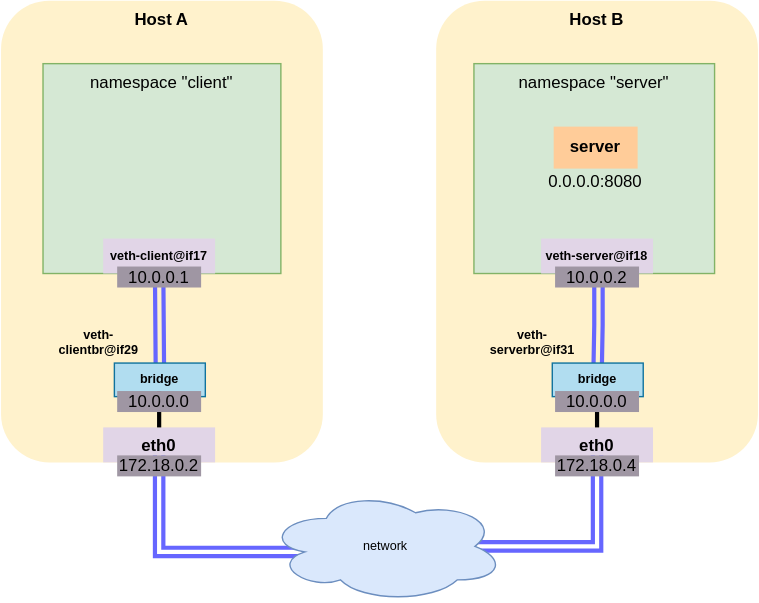
The draw.io diagram assets/img/k8s-networking/pods-diffhosts.svg in llorllale/llorllale.github.io, before a commit. Source tidied: cells renumbered, new cells last; positions are measured from the earlier drawing's top-left corner, leaving out a move shared by most shapes.
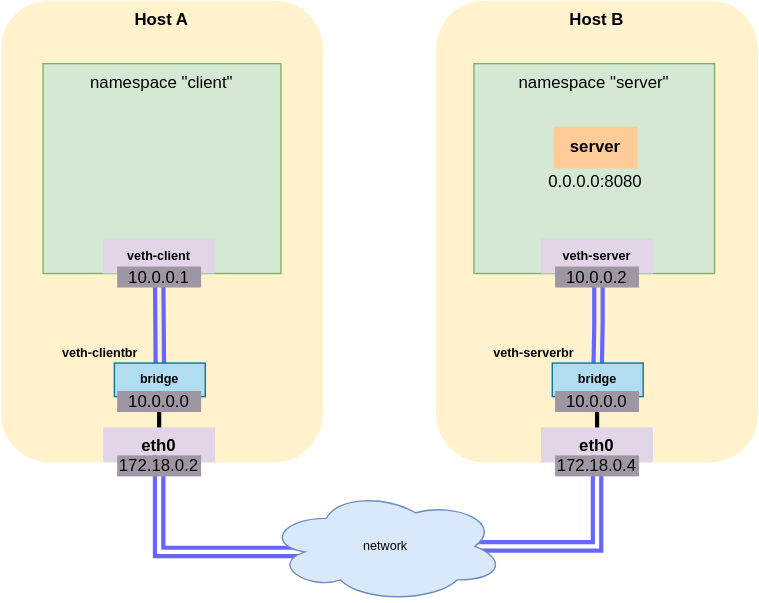
After the commit.

What changed in the source:
```diff
@@ -11,7 +11,7 @@
     <mxCell id="4" value="namespace &quot;client&quot;" style="rounded=0;whiteSpace=wrap;html=1;verticalAlign=top;fillColor=#d5e8d4;strokeColor=#82b366;" parent="1" vertex="1">
       <mxGeometry x="30" y="45" width="170" height="150" as="geometry" />
     </mxCell>
-    <mxCell id="5" value="veth-client@if17" style="rounded=0;whiteSpace=wrap;html=1;fontStyle=1;fillColor=#e1d5e7;strokeColor=none;fontSize=9;" parent="1" vertex="1">
+    <mxCell id="5" value="veth-client" style="rounded=0;whiteSpace=wrap;html=1;fontStyle=1;fillColor=#e1d5e7;strokeColor=none;fontSize=9;" parent="1" vertex="1">
       <mxGeometry x="73" y="170" width="80" height="25" as="geometry" />
     </mxCell>
     <mxCell id="6" value="eth0" style="rounded=0;whiteSpace=wrap;html=1;fontStyle=1;fillColor=#e1d5e7;strokeColor=none;" parent="1" vertex="1">
@@ -49,11 +49,11 @@
         </Array>
       </mxGeometry>
     </mxCell>
-    <mxCell id="14" value="veth-clientbr@if29" style="text;html=1;strokeColor=none;fillColor=none;align=center;verticalAlign=middle;whiteSpace=wrap;rounded=0;fontSize=9;fontStyle=1;" parent="1" vertex="1">
-      <mxGeometry x="40" y="229" width="60" height="30" as="geometry" />
+    <mxCell id="14" value="veth-clientbr" style="text;html=1;strokeColor=none;fillColor=none;align=center;verticalAlign=middle;whiteSpace=wrap;rounded=0;fontSize=9;fontStyle=1;" parent="1" vertex="1">
+      <mxGeometry x="41" y="237" width="60" height="30" as="geometry" />
     </mxCell>
-    <mxCell id="15" value="veth-serverbr@if31" style="text;html=1;strokeColor=none;fillColor=none;align=center;verticalAlign=middle;whiteSpace=wrap;rounded=0;fontSize=9;fontStyle=1;" parent="1" vertex="1">
-      <mxGeometry x="350" y="229" width="60" height="30" as="geometry" />
+    <mxCell id="15" value="veth-serverbr" style="text;html=1;strokeColor=none;fillColor=none;align=center;verticalAlign=middle;whiteSpace=wrap;rounded=0;fontSize=9;fontStyle=1;" parent="1" vertex="1">
+      <mxGeometry x="351" y="237" width="60" height="30" as="geometry" />
     </mxCell>
     <mxCell id="16" style="endArrow=none;html=1;rounded=0;exitX=0.5;exitY=0;exitDx=0;exitDy=0;entryX=0.5;entryY=0;entryDx=0;entryDy=0;strokeWidth=3;" parent="1" edge="1" source="17" target="6">
       <mxGeometry relative="1" as="geometry" />
@@ -73,7 +73,7 @@
     <mxCell id="21" value="10.0.0.0" style="text;html=1;strokeColor=none;fillColor=#9F96A3;align=center;verticalAlign=middle;whiteSpace=wrap;rounded=0;" parent="1" vertex="1">
       <mxGeometry x="396" y="279" width="60" height="15" as="geometry" />
     </mxCell>
-    <mxCell id="22" value="veth-server@if18" style="rounded=0;whiteSpace=wrap;html=1;fontStyle=1;fillColor=#e1d5e7;strokeColor=none;fontSize=9;" parent="1" vertex="1">
+    <mxCell id="22" value="veth-server" style="rounded=0;whiteSpace=wrap;html=1;fontStyle=1;fillColor=#e1d5e7;strokeColor=none;fontSize=9;" parent="1" vertex="1">
       <mxGeometry x="386" y="170" width="80" height="25" as="geometry" />
     </mxCell>
     <mxCell id="23" value="10.0.0.2" style="text;html=1;strokeColor=none;fillColor=#9F96A3;align=center;verticalAlign=middle;whiteSpace=wrap;rounded=0;" parent="1" vertex="1">
```
